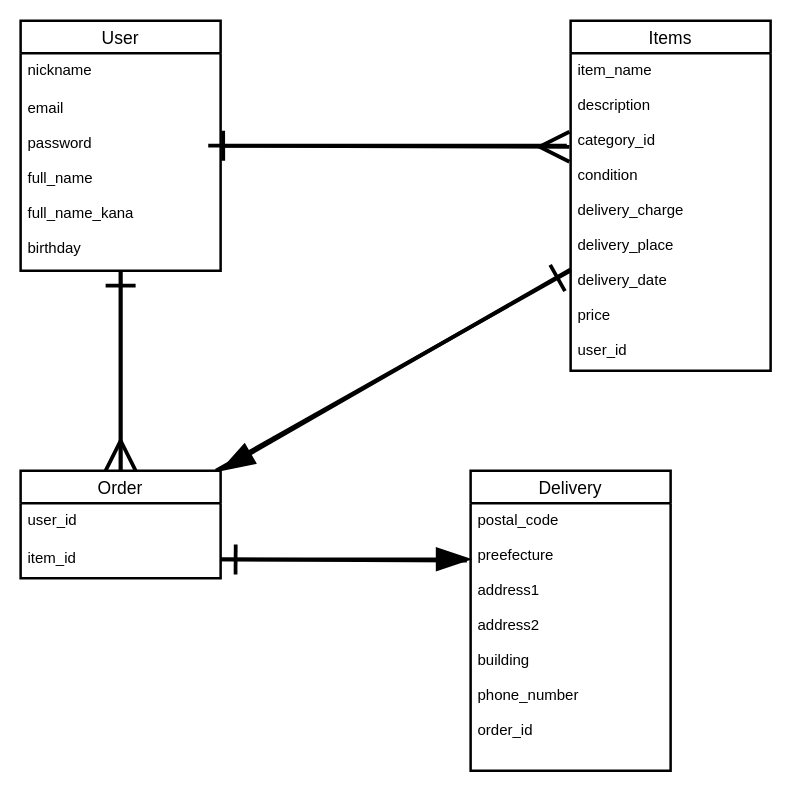
Earlier version of the draw.io diagram sample.dio (t08mac23/furima-38766). Source tidied: cells renumbered, new cells numbered last; positions are measured from the earlier drawing's top-left corner, leaving out a move shared by most shapes. Both pictures are drawn from the tidied source at 125%, with x=0, y=0 at pixel (20, 20).
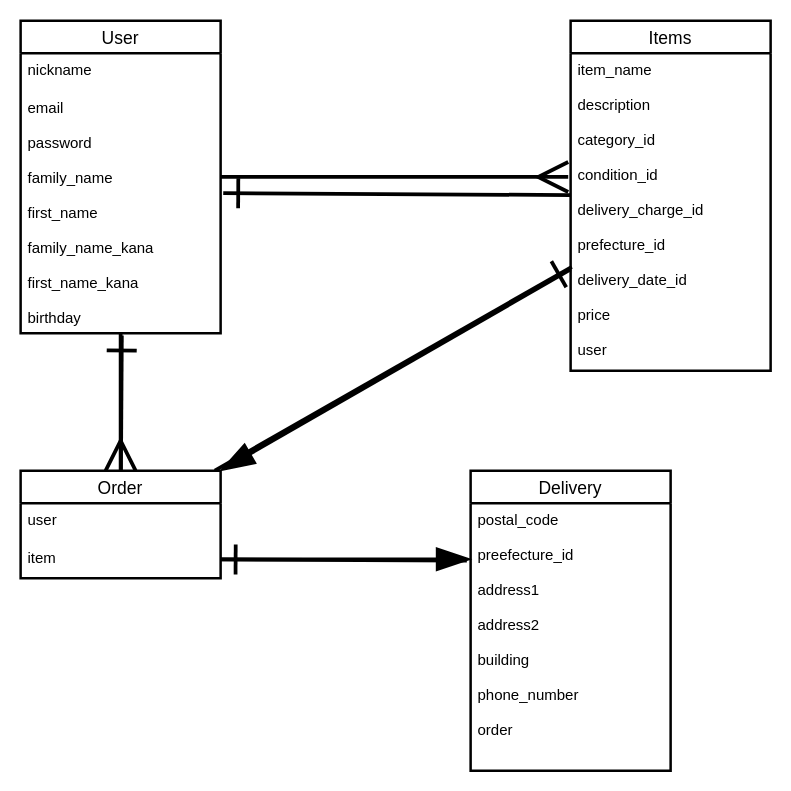
After the change.

Commit message (it also covers changes not shown here):
データベース設計・修正２

The change refers to these unchanged cells:
```xml
<mxCell id="6" value="Items" style="swimlane;fontStyle=0;horizontal=1;startSize=26;align=center;fontSize=14;strokeWidth=2;" parent="1" vertex="1">
  <mxGeometry x="440" width="160" height="280" as="geometry" />
</mxCell>
<mxCell id="10" value="Order" style="swimlane;fontStyle=0;horizontal=1;startSize=26;align=center;fontSize=14;strokeWidth=2;" parent="1" vertex="1">
  <mxGeometry y="360" width="160" height="86" as="geometry" />
</mxCell>
<mxCell id="13" value="Delivery" style="swimlane;fontStyle=0;horizontal=1;startSize=26;align=center;fontSize=14;strokeWidth=2;" parent="1" vertex="1">
  <mxGeometry x="360" y="360" width="160" height="240" as="geometry" />
</mxCell>
```

Change to the diagram source:
```diff
@@
-    <mxCell id="2" style="edgeStyle=none;rounded=1;html=1;entryX=-0.006;entryY=0.295;entryDx=0;entryDy=0;entryPerimeter=0;endArrow=ERmany;endFill=0;startSize=3;endSize=20;targetPerimeterSpacing=0;strokeWidth=3;" parent="1" edge="1" source="3" target="7">
+    <mxCell id="2" style="edgeStyle=none;rounded=1;html=1;entryX=-0.012;entryY=0.39;entryDx=0;entryDy=0;entryPerimeter=0;endArrow=ERmany;endFill=0;startSize=3;endSize=20;targetPerimeterSpacing=0;strokeWidth=3;" parent="1" edge="1" source="3" target="7">
       <mxGeometry relative="1" as="geometry" />
     </mxCell>
     <mxCell id="3" value="User" style="swimlane;fontStyle=0;horizontal=1;startSize=26;align=center;fontSize=14;strokeWidth=2;" parent="1" vertex="1">
-      <mxGeometry width="160" height="200" as="geometry" />
+      <mxGeometry width="160" height="250" as="geometry" />
     </mxCell>
@@
-    <mxCell id="5" value="email&#10;&#10;password&#10;&#10;full_name&#10;&#10;full_name_kana&#10;&#10;birthday&#10;&#10;" style="text;strokeColor=none;fillColor=none;spacingLeft=4;spacingRight=4;overflow=hidden;points=[[0,0.5],[1,0.5]];portConstraint=eastwest;fontSize=12;" parent="3" vertex="1">
-      <mxGeometry y="56" width="160" height="144" as="geometry" />
+    <mxCell id="5" value="email&#10;&#10;password&#10;&#10;family_name&#10;&#10;first_name&#10;&#10;family_name_kana&#10;&#10;first_name_kana&#10;&#10;birthday&#10;&#10;" style="text;strokeColor=none;fillColor=none;spacingLeft=4;spacingRight=4;overflow=hidden;points=[[0,0.5],[1,0.5]];portConstraint=eastwest;fontSize=12;" parent="3" vertex="1">
+      <mxGeometry y="56" width="160" height="194" as="geometry" />
     </mxCell>
+    <mxCell id="20" style="edgeStyle=none;rounded=1;html=1;entryX=1.013;entryY=0.423;entryDx=0;entryDy=0;entryPerimeter=0;endArrow=ERone;endFill=0;startSize=3;endSize=20;targetPerimeterSpacing=0;strokeWidth=3;" parent="1" edge="1" source="6" target="5">
+      <mxGeometry relative="1" as="geometry" />
+    </mxCell>
@@
-    <mxCell id="7" value="item_name&#10;&#10;description&#10;&#10;category_id&#10;&#10;condition&#10;&#10;delivery_charge&#10;&#10;delivery_place&#10;&#10;delivery_date&#10;&#10;price&#10;&#10;user_id" style="text;strokeColor=none;fillColor=none;spacingLeft=4;spacingRight=4;overflow=hidden;points=[[0,0.5],[1,0.5]];portConstraint=eastwest;fontSize=12;" parent="6" vertex="1">
+    <mxCell id="7" value="item_name&#10;&#10;description&#10;&#10;category_id&#10;&#10;condition_id&#10;&#10;delivery_charge_id&#10;&#10;prefecture_id&#10;&#10;delivery_date_id&#10;&#10;price&#10;&#10;user" style="text;strokeColor=none;fillColor=none;spacingLeft=4;spacingRight=4;overflow=hidden;points=[[0,0.5],[1,0.5]];portConstraint=eastwest;fontSize=12;" parent="6" vertex="1">
       <mxGeometry y="26" width="160" height="254" as="geometry" />
     </mxCell>
-    <mxCell id="8" style="edgeStyle=none;rounded=1;html=1;endArrow=ERone;endFill=0;startSize=3;endSize=20;targetPerimeterSpacing=0;strokeWidth=3;" parent="1" edge="1" source="10">
-      <mxGeometry relative="1" as="geometry">
-        <mxPoint x="80" y="200" as="targetPoint" />
-      </mxGeometry>
-    </mxCell>
-    <mxCell id="9" style="edgeStyle=none;rounded=1;html=1;endArrow=ERone;endFill=0;startSize=3;endSize=20;targetPerimeterSpacing=0;strokeWidth=3;" parent="1" edge="1" source="10">
-      <mxGeometry relative="1" as="geometry">
-        <mxPoint x="440" y="200" as="targetPoint" />
-      </mxGeometry>
-    </mxCell>
+    <mxCell id="21" style="edgeStyle=none;rounded=1;html=1;endArrow=ERone;endFill=0;startSize=3;endSize=20;targetPerimeterSpacing=0;strokeWidth=3;entryX=0.006;entryY=0.673;entryDx=0;entryDy=0;entryPerimeter=0;" parent="1" edge="1" source="10" target="7">
+      <mxGeometry relative="1" as="geometry" />
+    </mxCell>
+    <mxCell id="22" style="edgeStyle=none;rounded=1;html=1;entryX=0.506;entryY=1.01;entryDx=0;entryDy=0;entryPerimeter=0;endArrow=ERone;endFill=0;startSize=3;endSize=20;targetPerimeterSpacing=0;strokeWidth=3;" parent="1" edge="1" source="10" target="5">
+      <mxGeometry relative="1" as="geometry" />
+    </mxCell>
@@
-    <mxCell id="11" value="user_id" style="text;strokeColor=none;fillColor=none;spacingLeft=4;spacingRight=4;overflow=hidden;fontSize=12;" parent="10" vertex="1">
+    <mxCell id="11" value="user" style="text;strokeColor=none;fillColor=none;spacingLeft=4;spacingRight=4;overflow=hidden;fontSize=12;" parent="10" vertex="1">
       <mxGeometry y="26" width="160" height="30" as="geometry" />
     </mxCell>
-    <mxCell id="12" value="item_id" style="text;strokeColor=none;fillColor=none;spacingLeft=4;spacingRight=4;overflow=hidden;points=[[0,0.5],[1,0.5]];portConstraint=eastwest;fontSize=12;" parent="10" vertex="1">
+    <mxCell id="12" value="item" style="text;strokeColor=none;fillColor=none;spacingLeft=4;spacingRight=4;overflow=hidden;points=[[0,0.5],[1,0.5]];portConstraint=eastwest;fontSize=12;" parent="10" vertex="1">
       <mxGeometry y="56" width="160" height="30" as="geometry" />
     </mxCell>
@@
-    <mxCell id="14" value="postal_code&#10;&#10;preefecture&#10;&#10;address1&#10;&#10;address2&#10;&#10;building&#10;&#10;phone_number&#10;&#10;order_id" style="text;strokeColor=none;fillColor=none;spacingLeft=4;spacingRight=4;overflow=hidden;points=[[0,0.5],[1,0.5]];portConstraint=eastwest;fontSize=12;" parent="13" vertex="1">
+    <mxCell id="14" value="postal_code&#10;&#10;preefecture_id&#10;&#10;address1&#10;&#10;address2&#10;&#10;building&#10;&#10;phone_number&#10;&#10;order" style="text;strokeColor=none;fillColor=none;spacingLeft=4;spacingRight=4;overflow=hidden;points=[[0,0.5],[1,0.5]];portConstraint=eastwest;fontSize=12;" parent="13" vertex="1">
       <mxGeometry y="26" width="160" height="214" as="geometry" />
     </mxCell>
-    <mxCell id="15" style="edgeStyle=none;rounded=1;html=1;entryX=0.5;entryY=0;entryDx=0;entryDy=0;endArrow=ERmany;endFill=0;startSize=3;endSize=20;targetPerimeterSpacing=0;strokeWidth=3;" parent="1" edge="1" source="5" target="10">
-      <mxGeometry relative="1" as="geometry" />
-    </mxCell>
-    <mxCell id="16" style="edgeStyle=none;rounded=1;html=1;entryX=0.938;entryY=0.306;entryDx=0;entryDy=0;entryPerimeter=0;endArrow=ERone;endFill=0;startSize=3;endSize=20;targetPerimeterSpacing=0;strokeWidth=3;exitX=-0.019;exitY=0.291;exitDx=0;exitDy=0;exitPerimeter=0;" parent="1" edge="1" source="7" target="5">
-      <mxGeometry relative="1" as="geometry" />
-    </mxCell>
-    <mxCell id="17" style="edgeStyle=none;rounded=1;html=1;entryX=1;entryY=0;entryDx=0;entryDy=0;endArrow=blockThin;endFill=1;startSize=3;endSize=20;targetPerimeterSpacing=0;strokeWidth=3;" parent="1" edge="1" source="7" target="10">
-      <mxGeometry relative="1" as="geometry" />
-    </mxCell>
@@
+    <mxCell id="15" style="edgeStyle=none;rounded=1;html=1;endArrow=ERmany;endFill=0;startSize=3;endSize=20;targetPerimeterSpacing=0;strokeWidth=3;" parent="1" edge="1" source="5" target="10">
+      <mxGeometry relative="1" as="geometry" />
+    </mxCell>
+    <mxCell id="17" style="edgeStyle=none;rounded=1;html=1;entryX=1;entryY=0;entryDx=0;entryDy=0;endArrow=blockThin;endFill=1;startSize=3;endSize=20;targetPerimeterSpacing=0;strokeWidth=3;" parent="1" edge="1" source="7" target="10">
+      <mxGeometry relative="1" as="geometry" />
+    </mxCell>
```
